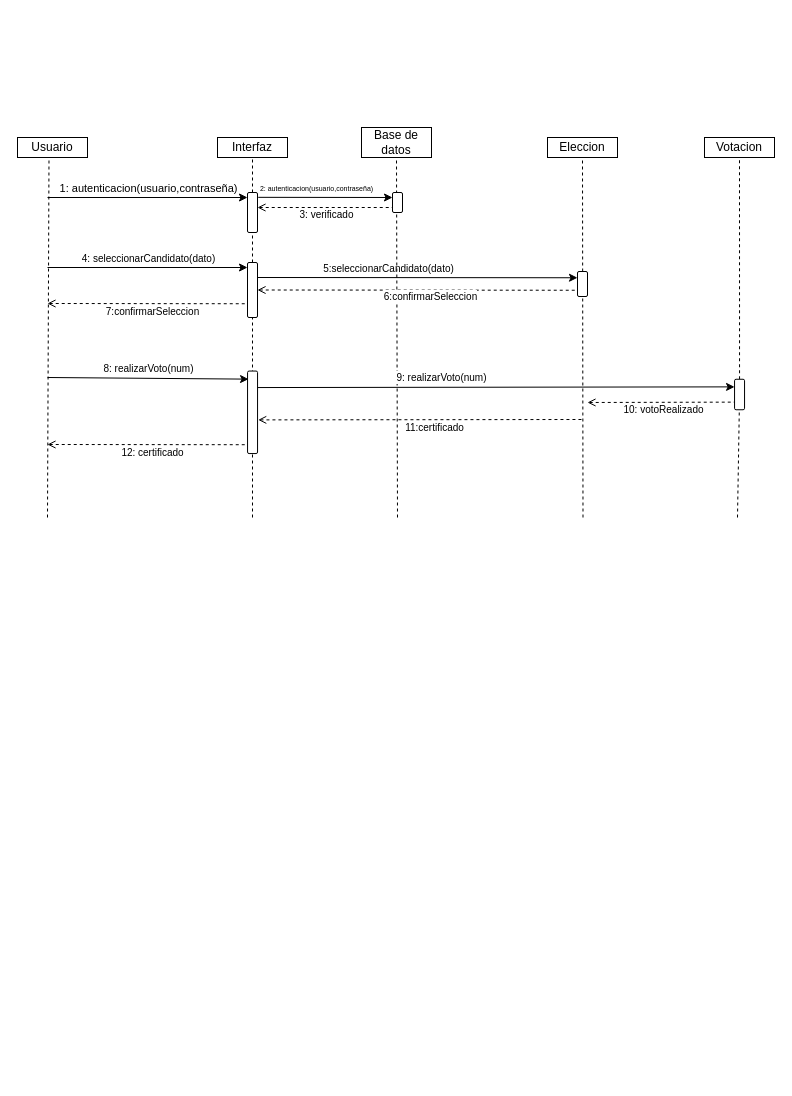
The draw.io diagram DiagraSecue.drawio in Andres-Nicolas/Diagramas, before the edit. Source tidied: cells renumbered, new cells numbered last; positions are measured from the earlier drawing's top-left corner, leaving out a move shared by most shapes. Both pictures are drawn from the tidied source at 100%, with x=0, y=0 at pixel (17, 127).
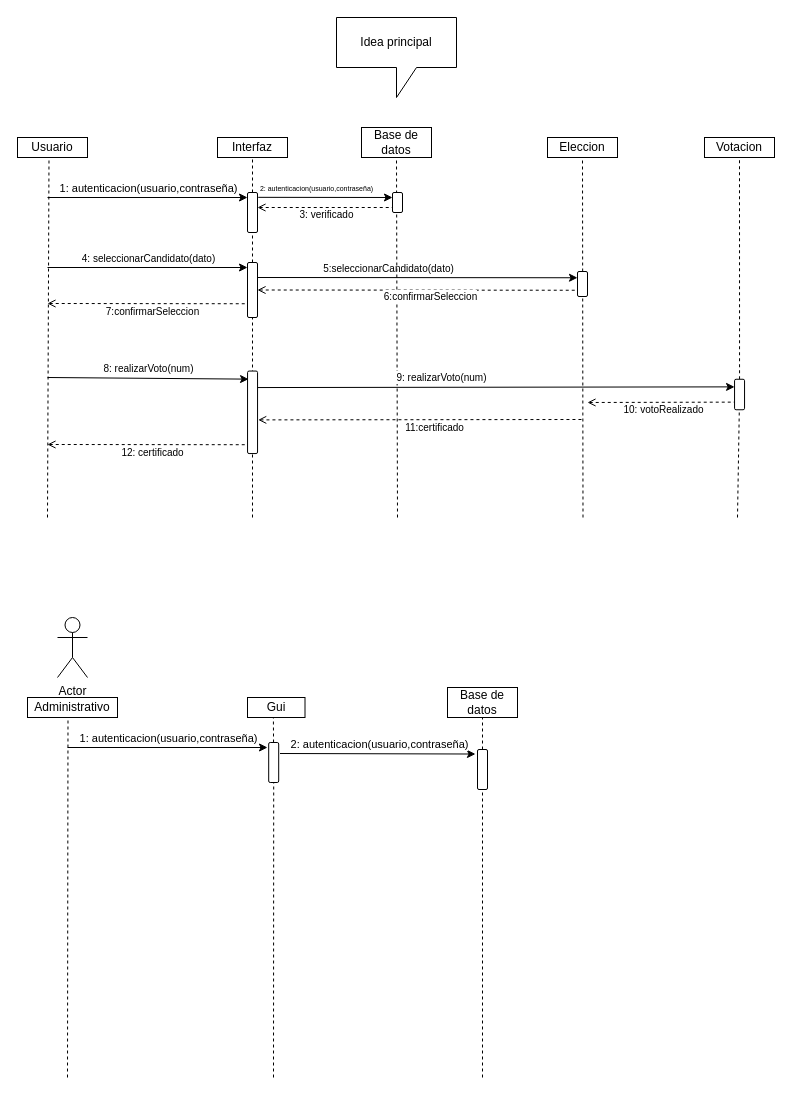
Above is the later version.

Change to the diagram source:
```diff
@@
+    <mxCell id="45" value="Idea principal" style="shape=callout;whiteSpace=wrap;html=1;perimeter=calloutPerimeter;" parent="1" vertex="1">
+      <mxGeometry x="319" y="-110" width="120" height="80" as="geometry" />
+    </mxCell>
+    <mxCell id="46" value="Administrativo" style="rounded=0;whiteSpace=wrap;html=1;" parent="1" vertex="1">
+      <mxGeometry x="10" y="570" width="90" height="20" as="geometry" />
+    </mxCell>
+    <mxCell id="47" style="endArrow=none;dashed=1;html=1;rounded=0;entryX=0.45;entryY=1;entryDx=0;entryDy=0;entryPerimeter=0;" parent="1" edge="1" target="46">
+      <mxGeometry relative="1" as="geometry">
+        <mxPoint x="50" y="950" as="sourcePoint" />
+      </mxGeometry>
+    </mxCell>
+    <mxCell id="48" value="Actor" style="shape=umlActor;verticalLabelPosition=bottom;verticalAlign=top;html=1;" parent="1" vertex="1">
+      <mxGeometry x="40" y="490" width="30" height="60" as="geometry" />
+    </mxCell>
+    <mxCell id="49" value="Gui" style="rounded=0;whiteSpace=wrap;html=1;" parent="1" vertex="1">
+      <mxGeometry x="230" y="570" width="57.5" height="20" as="geometry" />
+    </mxCell>
+    <mxCell id="50" style="endArrow=none;dashed=1;html=1;rounded=0;entryX=0.45;entryY=1;entryDx=0;entryDy=0;entryPerimeter=0;" parent="1" edge="1" source="54" target="49">
+      <mxGeometry relative="1" as="geometry" />
+    </mxCell>
+    <mxCell id="51" style="endArrow=classic;html=1;rounded=0;" parent="1" edge="1">
+      <mxGeometry relative="1" as="geometry">
+        <mxPoint x="50" y="620" as="sourcePoint" />
+        <mxPoint x="250" y="620" as="targetPoint" />
+      </mxGeometry>
+    </mxCell>
+    <mxCell id="52" value="1: autenticacion(usuario,contraseña)" style="edgeLabel;html=1;align=center;verticalAlign=middle;" parent="51" vertex="1">
+      <mxGeometry x="-0.4" y="1" relative="1" as="geometry">
+        <mxPoint x="40" y="-9" as="offset" />
+      </mxGeometry>
+    </mxCell>
+    <mxCell id="53" style="endArrow=none;dashed=1;html=1;rounded=0;entryX=1;entryY=0.5;entryDx=0;entryDy=0;" parent="1" edge="1" target="54">
+      <mxGeometry relative="1" as="geometry">
+        <mxPoint x="256" y="950" as="sourcePoint" />
+      </mxGeometry>
+    </mxCell>
+    <mxCell id="54" style="rounded=1;whiteSpace=wrap;html=1;rotation=90;" parent="1" vertex="1">
+      <mxGeometry x="236.2" y="630" width="40" height="10" as="geometry" />
+    </mxCell>
+    <mxCell id="55" value="Base de datos" style="rounded=0;whiteSpace=wrap;html=1;" parent="1" vertex="1">
+      <mxGeometry x="430" y="560" width="70" height="30" as="geometry" />
+    </mxCell>
+    <mxCell id="56" style="endArrow=none;dashed=1;html=1;rounded=0;startSize=6;entryX=0.5;entryY=1;entryDx=0;entryDy=0;" parent="1" edge="1" source="60" target="55">
+      <mxGeometry relative="1" as="geometry" />
+    </mxCell>
+    <mxCell id="57" style="endArrow=classic;html=1;rounded=0;entryX=0.113;entryY=1.205;entryDx=0;entryDy=0;entryPerimeter=0;" parent="1" edge="1" target="60">
+      <mxGeometry relative="1" as="geometry">
+        <mxPoint x="262.5" y="626" as="sourcePoint" />
+      </mxGeometry>
+    </mxCell>
+    <mxCell id="58" value="2: autenticacion(usuario,contraseña)" style="edgeLabel;html=1;align=center;verticalAlign=middle;" parent="57" vertex="1">
+      <mxGeometry x="-0.4" y="1" relative="1" as="geometry">
+        <mxPoint x="40" y="-9" as="offset" />
+      </mxGeometry>
+    </mxCell>
+    <mxCell id="59" style="endArrow=none;dashed=1;html=1;rounded=0;startSize=6;entryX=1;entryY=0.5;entryDx=0;entryDy=0;" parent="1" edge="1" target="60">
+      <mxGeometry relative="1" as="geometry">
+        <mxPoint x="465" y="950" as="sourcePoint" />
+      </mxGeometry>
+    </mxCell>
+    <mxCell id="60" style="rounded=1;whiteSpace=wrap;html=1;rotation=90;" parent="1" vertex="1">
+      <mxGeometry x="445" y="637" width="40" height="10" as="geometry" />
+    </mxCell>
```
